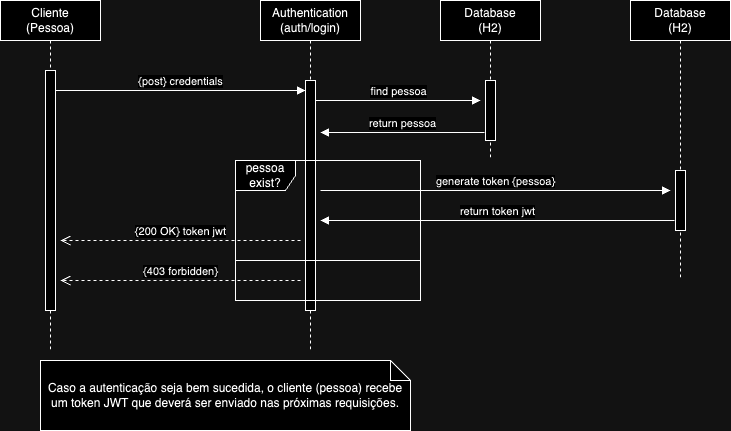
Above: diagrama/sequencia_jwt.drawio.png in rayanabonfanti/case-tecnico-serasa-backend (draw.io), before the change. Source tidied: cells renumbered, new cells last; positions are measured from the earlier drawing's top-left corner, leaving out a move shared by most shapes.
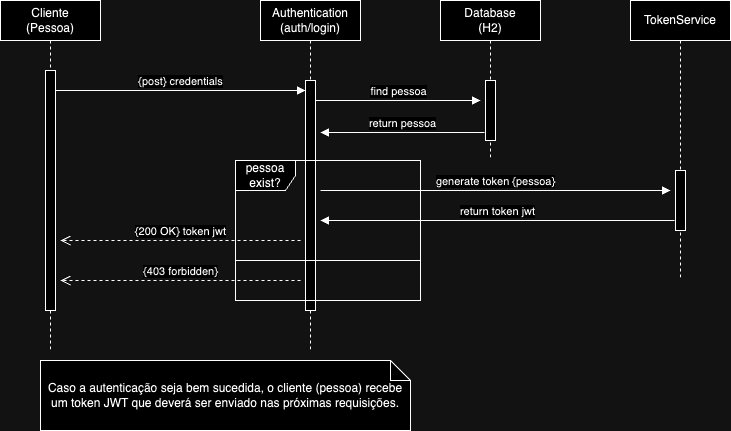
After the commit.

Commit message:
fix: atualizacao diagramas

The edit, as a diff of the source:
```diff
@@ -56,7 +56,7 @@
         </Array>
       </mxGeometry>
     </mxCell>
-    <mxCell id="12" value="Database &lt;br&gt;(H2)" style="shape=umlLifeline;perimeter=lifelinePerimeter;whiteSpace=wrap;html=1;newEdgeStyle={&quot;edgeStyle&quot;:&quot;elbowEdgeStyle&quot;,&quot;elbow&quot;:&quot;vertical&quot;,&quot;curved&quot;:0,&quot;rounded&quot;:0};" parent="1" vertex="1">
+    <mxCell id="12" value="TokenService" style="shape=umlLifeline;perimeter=lifelinePerimeter;whiteSpace=wrap;html=1;newEdgeStyle={&quot;edgeStyle&quot;:&quot;elbowEdgeStyle&quot;,&quot;elbow&quot;:&quot;vertical&quot;,&quot;curved&quot;:0,&quot;rounded&quot;:0};" parent="1" vertex="1">
       <mxGeometry x="630" width="100" height="280" as="geometry" />
     </mxCell>
     <mxCell id="13" style="html=1;perimeter=orthogonalPerimeter;targetShapes=umlLifeline;newEdgeStyle={&quot;edgeStyle&quot;:&quot;elbowEdgeStyle&quot;,&quot;elbow&quot;:&quot;vertical&quot;,&quot;curved&quot;:0,&quot;rounded&quot;:0};" parent="12" vertex="1">
```
